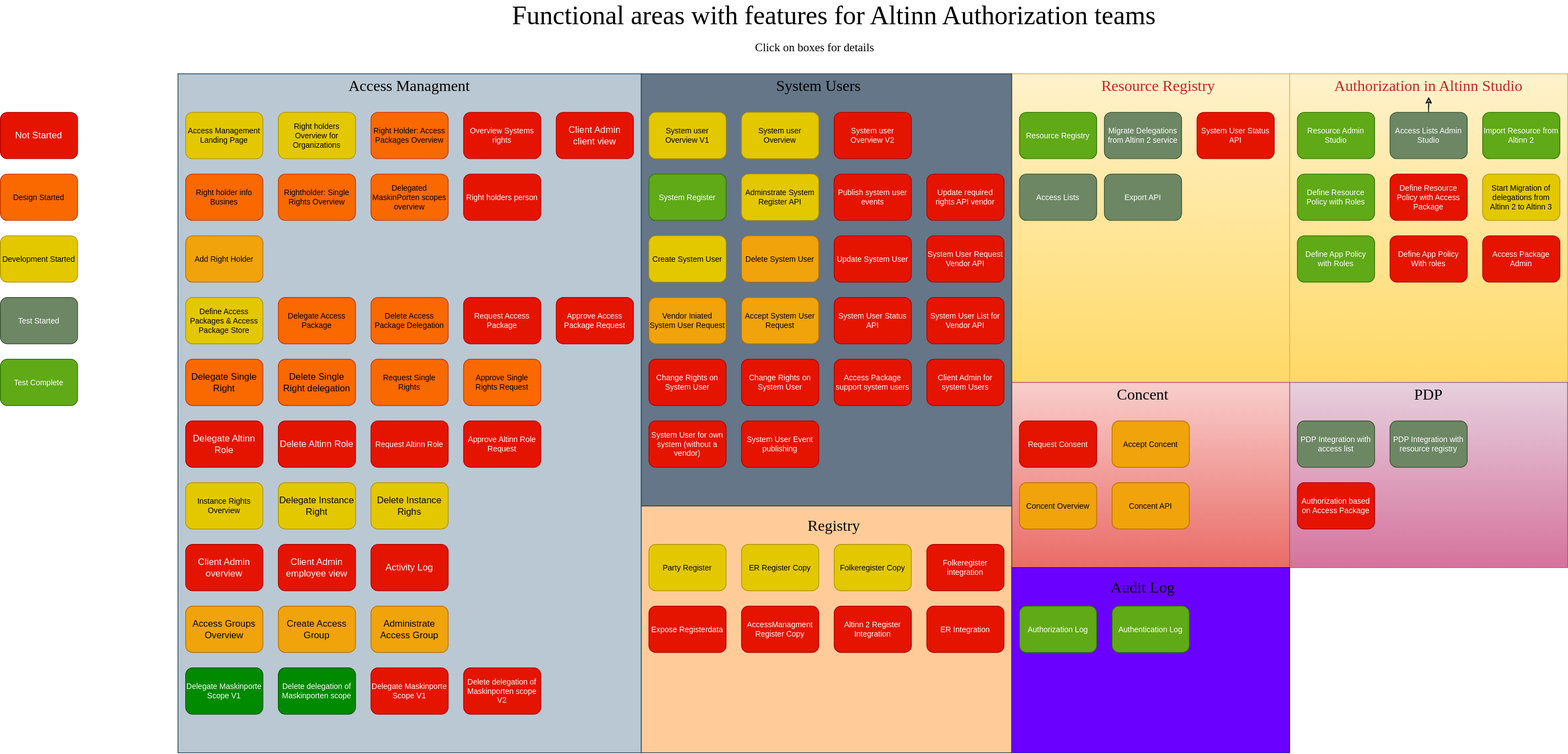
The draw.io diagram content/authorization/what-do-you-get/functionalareas.drawio.svg in Altinn/altinn-studio-docs, before a commit. Source tidied: cells renumbered, new cells last; positions are measured from the earlier drawing's top-left corner, leaving out a move shared by most shapes.
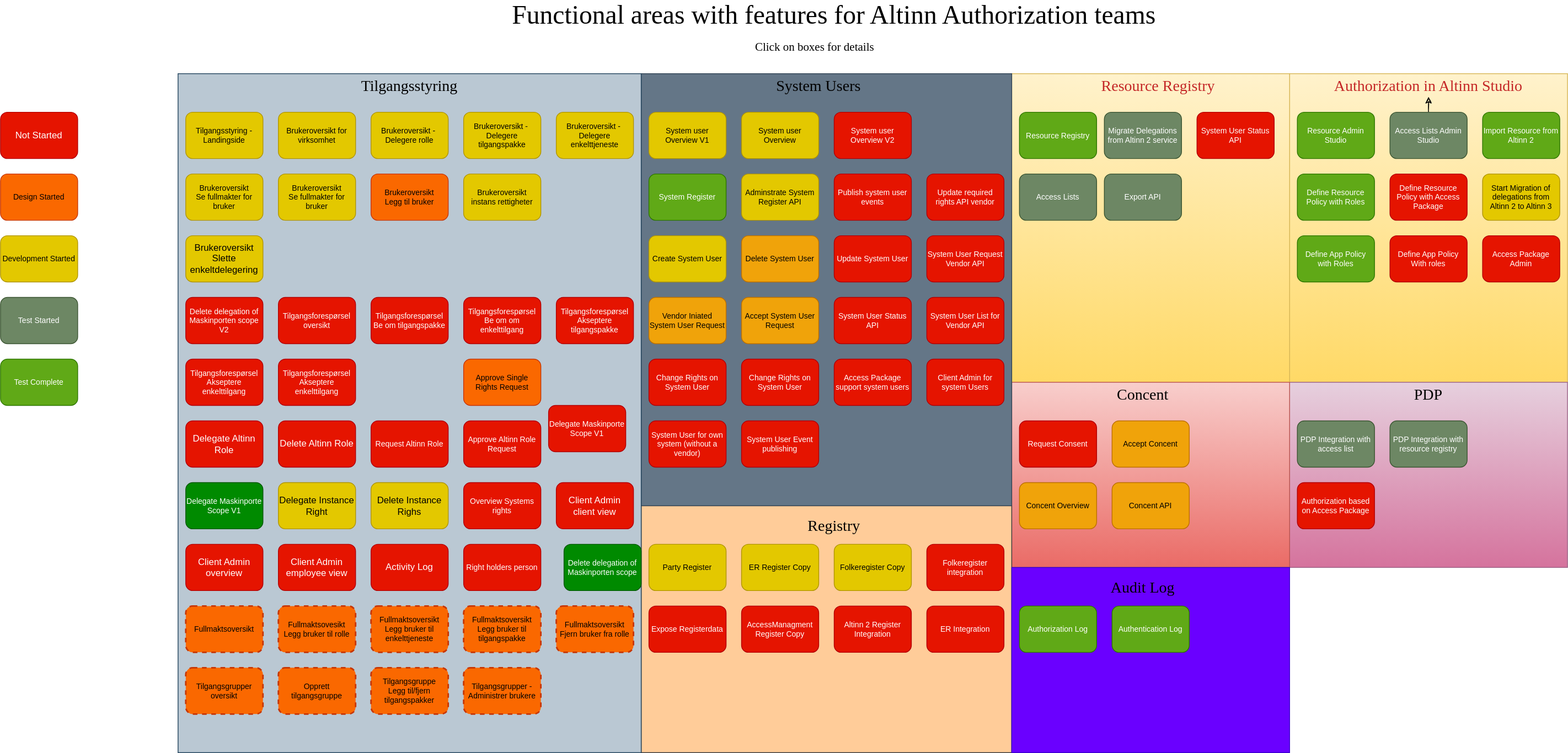
After the change.

Diff of the diagram source:
```diff
@@ -23,48 +23,36 @@
     <mxCell id="8" style="rounded=0;whiteSpace=wrap;html=1;fontSize=10;fillColor=#bac8d3;strokeColor=#23445d;" parent="1" vertex="1">
       <mxGeometry x="230" y="90" width="600" height="880" as="geometry" />
     </mxCell>
-    <mxCell id="9" value="Right holders Overview for Organizations" style="rounded=1;whiteSpace=wrap;html=1;fontSize=10;fillColor=#e3c800;fontColor=#000000;strokeColor=#B09500;" parent="1" vertex="1">
+    <mxCell id="9" value="Brukeroversikt for virksomhet" style="rounded=1;whiteSpace=wrap;html=1;fontSize=10;fillColor=#e3c800;fontColor=#000000;strokeColor=#B09500;" parent="1" vertex="1">
       <mxGeometry x="360" y="140" width="100" height="60" as="geometry" />
     </mxCell>
-    <mxCell id="10" value="Right holder info Busines" style="rounded=1;whiteSpace=wrap;html=1;fontSize=10;fillColor=#fa6800;fontColor=#000000;strokeColor=#C73500;" parent="1" vertex="1">
-      <mxGeometry x="240" y="220" width="100" height="60" as="geometry" />
+    <mxCell id="10" value="Fullmaktsoversikt&lt;br&gt;Legg bruker til tilgangspakke" style="rounded=1;whiteSpace=wrap;html=1;fontSize=10;fillColor=#fa6800;fontColor=#000000;strokeColor=#C73500;dashed=1;strokeWidth=2;" parent="1" vertex="1">
+      <mxGeometry x="600" y="780" width="100" height="60" as="geometry" />
     </mxCell>
-    <mxCell id="11" value="Add Right Holder" style="rounded=1;whiteSpace=wrap;html=1;fontSize=10;fillColor=#f0a30a;fontColor=#000000;strokeColor=#BD7000;" parent="1" vertex="1">
-      <mxGeometry x="240" y="300" width="100" height="60" as="geometry" />
+    <mxCell id="11" value="Brukeroversikt&lt;br&gt;Legg til bruker" style="rounded=1;whiteSpace=wrap;html=1;fontSize=10;fillColor=#fa6800;fontColor=#000000;strokeColor=#C73500;" parent="1" vertex="1">
+      <mxGeometry x="480" y="220" width="100" height="60" as="geometry" />
     </mxCell>
-    <mxCell id="12" value="Delegate Access Package" style="rounded=1;whiteSpace=wrap;html=1;fontSize=10;fillColor=#fa6800;fontColor=#000000;strokeColor=#C73500;" parent="1" vertex="1">
-      <mxGeometry x="360" y="380" width="100" height="60" as="geometry" />
-    </mxCell>
-    <mxCell id="13" value="Delegate Single Right" style="rounded=1;whiteSpace=wrap;html=1;fillColor=#fa6800;fontColor=#000000;strokeColor=#C73500;" parent="1" vertex="1">
-      <mxGeometry x="240" y="460" width="100" height="60" as="geometry" />
-    </mxCell>
-    <mxCell id="14" value="Right Holder: Access Packages Overview" style="rounded=1;whiteSpace=wrap;html=1;fontSize=10;fillColor=#fa6800;fontColor=#000000;strokeColor=#C73500;" parent="1" vertex="1">
-      <mxGeometry x="480" y="140" width="100" height="60" as="geometry" />
+    <mxCell id="14" value="Fullmaktsovesikt&amp;nbsp;&lt;br&gt;Legg bruker til rolle" style="rounded=1;whiteSpace=wrap;html=1;fontSize=10;fillColor=#fa6800;fontColor=#000000;strokeColor=#C73500;strokeWidth=2;dashed=1;" parent="1" vertex="1">
+      <mxGeometry x="360" y="780" width="100" height="60" as="geometry" />
     </mxCell>
-    <mxCell id="15" value="Delete Single Right delegation" style="rounded=1;whiteSpace=wrap;html=1;fillColor=#fa6800;fontColor=#000000;strokeColor=#C73500;" parent="1" vertex="1">
-      <mxGeometry x="360" y="460" width="100" height="60" as="geometry" />
+    <mxCell id="15" value="Brukeroversikt&lt;br&gt;Slette enkeltdelegering" style="rounded=1;whiteSpace=wrap;html=1;fillColor=#e3c800;fontColor=#000000;strokeColor=#B09500;" parent="1" vertex="1">
+      <mxGeometry x="240" y="300" width="100" height="60" as="geometry" />
     </mxCell>
-    <mxCell id="16" value="Delete Access Package Delegation" style="rounded=1;whiteSpace=wrap;html=1;fontSize=10;fillColor=#fa6800;fontColor=#000000;strokeColor=#C73500;" parent="1" vertex="1">
-      <mxGeometry x="480" y="380" width="100" height="60" as="geometry" />
-    </mxCell>
     <mxCell id="17" value="Delegate Altinn Role" style="rounded=1;whiteSpace=wrap;html=1;fillColor=#e51400;fontColor=#ffffff;strokeColor=#B20000;" parent="1" vertex="1">
       <mxGeometry x="240" y="540" width="100" height="60" as="geometry" />
     </mxCell>
     <mxCell id="18" value="Delete Altinn Role&amp;nbsp;" style="rounded=1;whiteSpace=wrap;html=1;fillColor=#e51400;fontColor=#ffffff;strokeColor=#B20000;" parent="1" vertex="1">
       <mxGeometry x="360" y="540" width="100" height="60" as="geometry" />
     </mxCell>
-    <mxCell id="19" value="Rightholder: Single Rights Overview" style="rounded=1;whiteSpace=wrap;html=1;fontSize=10;fillColor=#fa6800;fontColor=#000000;strokeColor=#C73500;" parent="1" vertex="1">
-      <mxGeometry x="360" y="220" width="100" height="60" as="geometry" />
+    <mxCell id="19" value="Fullmaktsoversikt&lt;br&gt;Fjern bruker fra rolle" style="rounded=1;whiteSpace=wrap;html=1;fontSize=10;fillColor=#fa6800;fontColor=#000000;strokeColor=#C73500;dashed=1;strokeWidth=2;" parent="1" vertex="1">
+      <mxGeometry x="720" y="780" width="100" height="60" as="geometry" />
     </mxCell>
-    <mxCell id="20" value="Request Access Package" style="rounded=1;whiteSpace=wrap;html=1;fontSize=10;fillColor=#e51400;fontColor=#ffffff;strokeColor=#B20000;" parent="1" vertex="1">
-      <mxGeometry x="600" y="380" width="100" height="60" as="geometry" />
+    <mxCell id="20" value="Tilgangsforespørsel&lt;br&gt;Be om tilgangspakke" style="rounded=1;whiteSpace=wrap;html=1;fontSize=10;fillColor=#e51400;fontColor=#ffffff;strokeColor=#B20000;" parent="1" vertex="1">
+      <mxGeometry x="480" y="380" width="100" height="60" as="geometry" />
     </mxCell>
-    <mxCell id="21" value="Approve Access Package Request" style="rounded=1;whiteSpace=wrap;html=1;fontSize=10;fillColor=#e51400;fontColor=#ffffff;strokeColor=#B20000;" parent="1" vertex="1">
+    <mxCell id="21" value="Tilgangsforespørsel&lt;br&gt;Akseptere tilgangspakke" style="rounded=1;whiteSpace=wrap;html=1;fontSize=10;fillColor=#e51400;fontColor=#ffffff;strokeColor=#B20000;" parent="1" vertex="1">
       <mxGeometry x="720" y="380" width="100" height="60" as="geometry" />
     </mxCell>
-    <mxCell id="22" value="Request Single Rights" style="rounded=1;whiteSpace=wrap;html=1;fontSize=10;fillColor=#fa6800;fontColor=#000000;strokeColor=#C73500;" parent="1" vertex="1">
-      <mxGeometry x="480" y="460" width="100" height="60" as="geometry" />
-    </mxCell>
     <mxCell id="23" value="Approve Single Rights Request" style="rounded=1;whiteSpace=wrap;html=1;fontSize=10;fillColor=#fa6800;fontColor=#000000;strokeColor=#C73500;" parent="1" vertex="1">
       <mxGeometry x="600" y="460" width="100" height="60" as="geometry" />
     </mxCell>
@@ -80,8 +68,8 @@
     <mxCell id="27" value="Delete Instance Righs" style="rounded=1;whiteSpace=wrap;html=1;fillColor=#e3c800;fontColor=#000000;strokeColor=#B09500;" parent="1" vertex="1">
       <mxGeometry x="480" y="620" width="100" height="60" as="geometry" />
     </mxCell>
-    <mxCell id="28" value="Instance Rights Overview" style="rounded=1;whiteSpace=wrap;html=1;fontSize=10;fillColor=#e3c800;fontColor=#000000;strokeColor=#B09500;" parent="1" vertex="1">
-      <mxGeometry x="240" y="620" width="100" height="60" as="geometry" />
+    <mxCell id="28" value="Brukeroversikt instans rettigheter" style="rounded=1;whiteSpace=wrap;html=1;fontSize=10;fillColor=#e3c800;fontColor=#000000;strokeColor=#B09500;" parent="1" vertex="1">
+      <mxGeometry x="600" y="220" width="100" height="60" as="geometry" />
     </mxCell>
     <mxCell id="29" value="System user Overview V1" style="rounded=1;whiteSpace=wrap;html=1;fontSize=10;fillColor=#e3c800;fontColor=#000000;strokeColor=#B09500;" parent="1" vertex="1">
       <mxGeometry x="840" y="140" width="100" height="60" as="geometry" />
@@ -182,7 +170,7 @@
     <mxCell id="61" value="Test Complete" style="rounded=1;whiteSpace=wrap;html=1;fontSize=10;fillColor=#60a917;fontColor=#ffffff;strokeColor=#2D7600;" parent="1" vertex="1">
       <mxGeometry y="460" width="100" height="60" as="geometry" />
     </mxCell>
-    <mxCell id="62" value="Access Managment" style="text;html=1;strokeColor=none;fillColor=none;align=center;verticalAlign=middle;whiteSpace=wrap;rounded=0;sketch=1;hachureGap=4;jiggle=2;curveFitting=1;fontFamily=Verdana;fontSize=20;" parent="1" vertex="1">
+    <mxCell id="62" value="Tilgangsstyring" style="text;html=1;strokeColor=none;fillColor=none;align=center;verticalAlign=middle;whiteSpace=wrap;rounded=0;sketch=1;hachureGap=4;jiggle=2;curveFitting=1;fontFamily=Verdana;fontSize=20;" parent="1" vertex="1">
       <mxGeometry x="360" y="90" width="340" height="30" as="geometry" />
     </mxCell>
     <mxCell id="63" value="System Users" style="text;html=1;strokeColor=none;fillColor=none;align=center;verticalAlign=middle;whiteSpace=wrap;rounded=0;sketch=1;hachureGap=4;jiggle=2;curveFitting=1;fontFamily=Verdana;fontSize=20;" parent="1" vertex="1">
@@ -198,28 +186,28 @@
       <mxGeometry x="1330" y="90" width="340" height="30" as="geometry" />
     </mxCell>
     <mxCell id="67" value="Delegate Maskinporte Scope V1" style="rounded=1;whiteSpace=wrap;html=1;fontSize=10;fillColor=#008a00;fontColor=#ffffff;strokeColor=#005700;" parent="1" vertex="1">
-      <mxGeometry x="240" y="860" width="100" height="60" as="geometry" />
+      <mxGeometry x="240" y="620" width="100" height="60" as="geometry" />
     </mxCell>
-    <mxCell id="68" value="Delegated MaskinPorten scopes overview" style="rounded=1;whiteSpace=wrap;html=1;fontSize=10;fillColor=#fa6800;fontColor=#000000;strokeColor=#C73500;" parent="1" vertex="1">
-      <mxGeometry x="480" y="220" width="100" height="60" as="geometry" />
+    <mxCell id="68" value="Fullmaktsoversikt&lt;br&gt;Legg bruker til enkelttjeneste" style="rounded=1;whiteSpace=wrap;html=1;fontSize=10;fillColor=#fa6800;fontColor=#000000;strokeColor=#C73500;dashed=1;strokeWidth=2;" parent="1" vertex="1">
+      <mxGeometry x="480" y="780" width="100" height="60" as="geometry" />
     </mxCell>
     <mxCell id="69" value="Delete delegation of Maskinporten scope" style="rounded=1;whiteSpace=wrap;html=1;fontSize=10;fillColor=#008a00;fontColor=#ffffff;strokeColor=#005700;" parent="1" vertex="1">
-      <mxGeometry x="360" y="860" width="100" height="60" as="geometry" />
+      <mxGeometry x="730" y="700" width="100" height="60" as="geometry" />
     </mxCell>
     <mxCell id="70" value="Overview Systems rights" style="rounded=1;whiteSpace=wrap;html=1;fontSize=10;fillColor=#e51400;fontColor=#ffffff;strokeColor=#B20000;" parent="1" vertex="1">
-      <mxGeometry x="600" y="140" width="100" height="60" as="geometry" />
+      <mxGeometry x="600" y="620" width="100" height="60" as="geometry" />
     </mxCell>
     <mxCell id="71" value="Right holders person" style="rounded=1;whiteSpace=wrap;html=1;fontSize=10;fillColor=#e51400;fontColor=#ffffff;strokeColor=#B20000;" parent="1" vertex="1">
-      <mxGeometry x="600" y="220" width="100" height="60" as="geometry" />
+      <mxGeometry x="600" y="700" width="100" height="60" as="geometry" />
     </mxCell>
-    <mxCell id="72" value="Access Groups Overview" style="rounded=1;whiteSpace=wrap;html=1;fillColor=#f0a30a;fontColor=#000000;strokeColor=#BD7000;" parent="1" vertex="1">
-      <mxGeometry x="240" y="780" width="100" height="60" as="geometry" />
+    <mxCell id="72" value="Tilgangsgrupper oversikt" style="rounded=1;whiteSpace=wrap;html=1;fillColor=#fa6800;fontColor=#000000;strokeColor=#C73500;dashed=1;strokeWidth=2;fontSize=10;" parent="1" vertex="1">
+      <mxGeometry x="240" y="860" width="100" height="60" as="geometry" />
     </mxCell>
-    <mxCell id="73" value="Create Access Group" style="rounded=1;whiteSpace=wrap;html=1;fillColor=#f0a30a;fontColor=#000000;strokeColor=#BD7000;" parent="1" vertex="1">
-      <mxGeometry x="360" y="780" width="100" height="60" as="geometry" />
+    <mxCell id="73" value="Opprett tilgangsgruppe" style="rounded=1;whiteSpace=wrap;html=1;fillColor=#fa6800;fontColor=#000000;strokeColor=#C73500;dashed=1;strokeWidth=2;fontSize=10;" parent="1" vertex="1">
+      <mxGeometry x="360" y="860" width="100" height="60" as="geometry" />
     </mxCell>
-    <mxCell id="74" value="Administrate Access Group" style="rounded=1;whiteSpace=wrap;html=1;fillColor=#f0a30a;fontColor=#000000;strokeColor=#BD7000;" parent="1" vertex="1">
-      <mxGeometry x="480" y="780" width="100" height="60" as="geometry" />
+    <mxCell id="74" value="Tilgangsgruppe&lt;br style=&quot;font-size: 10px;&quot;&gt;Legg til/fjern tilgangspakker" style="rounded=1;whiteSpace=wrap;html=1;fillColor=#fa6800;fontColor=#000000;strokeColor=#C73500;dashed=1;strokeWidth=2;fontSize=10;" parent="1" vertex="1">
+      <mxGeometry x="480" y="860" width="100" height="60" as="geometry" />
     </mxCell>
     <mxCell id="75" value="Client Admin overview" style="rounded=1;whiteSpace=wrap;html=1;fillColor=#e51400;fontColor=#ffffff;strokeColor=#B20000;" parent="1" vertex="1">
       <mxGeometry x="240" y="700" width="100" height="60" as="geometry" />
@@ -228,7 +216,7 @@
       <mxGeometry x="360" y="700" width="100" height="60" as="geometry" />
     </mxCell>
     <mxCell id="77" value="Client Admin client view" style="rounded=1;whiteSpace=wrap;html=1;fillColor=#e51400;fontColor=#ffffff;strokeColor=#B20000;" parent="1" vertex="1">
-      <mxGeometry x="720" y="140" width="100" height="60" as="geometry" />
+      <mxGeometry x="720" y="620" width="100" height="60" as="geometry" />
     </mxCell>
     <mxCell id="78" value="Activity Log" style="rounded=1;whiteSpace=wrap;html=1;fillColor=#e51400;fontColor=#ffffff;strokeColor=#B20000;" parent="1" vertex="1">
       <mxGeometry x="480" y="700" width="100" height="60" as="geometry" />
@@ -269,7 +257,7 @@
     <mxCell id="90" value="Functional areas with features for Altinn Authorization teams" style="text;html=1;strokeColor=none;fillColor=none;align=center;verticalAlign=middle;whiteSpace=wrap;rounded=0;sketch=1;hachureGap=4;jiggle=2;curveFitting=1;fontFamily=Verdana;fontSize=34;" parent="1" vertex="1">
       <mxGeometry x="520" width="1120" height="30" as="geometry" />
     </mxCell>
-    <mxCell id="91" value="Access Management Landing Page" style="rounded=1;whiteSpace=wrap;html=1;fontSize=10;fillColor=#e3c800;fontColor=#000000;strokeColor=#B09500;" parent="1" vertex="1">
+    <mxCell id="91" value="Tilgangsstyring - Landingside" style="rounded=1;whiteSpace=wrap;html=1;fontSize=10;fillColor=#e3c800;fontColor=#000000;strokeColor=#B09500;" parent="1" vertex="1">
       <mxGeometry x="240" y="140" width="100" height="60" as="geometry" />
     </mxCell>
     <mxCell id="92" value="Click on boxes for details" style="text;html=1;strokeColor=none;fillColor=none;align=center;verticalAlign=middle;whiteSpace=wrap;rounded=0;sketch=1;hachureGap=4;jiggle=2;curveFitting=1;fontFamily=Verdana;fontSize=15;" parent="1" vertex="1">
@@ -290,8 +278,8 @@
     <mxCell id="97" value="Start Migration of delegations from Altinn 2 to Altinn 3" style="rounded=1;whiteSpace=wrap;html=1;fontSize=10;fillColor=#e3c800;fontColor=#000000;strokeColor=#B09500;" parent="1" vertex="1">
       <mxGeometry x="1920" y="220" width="100" height="60" as="geometry" />
     </mxCell>
-    <mxCell id="98" value="Define Access Packages &amp;amp; Access Package Store" style="rounded=1;whiteSpace=wrap;html=1;fontSize=10;fillColor=#e3c800;fontColor=#000000;strokeColor=#B09500;" parent="1" vertex="1">
-      <mxGeometry x="240" y="380" width="100" height="60" as="geometry" />
+    <mxCell id="98" value="Tilgangsgrupper - Administrer brukere" style="rounded=1;whiteSpace=wrap;html=1;fontSize=10;fillColor=#fa6800;fontColor=#000000;strokeColor=#C73500;strokeWidth=2;dashed=1;" parent="1" vertex="1">
+      <mxGeometry x="600" y="860" width="100" height="60" as="geometry" />
     </mxCell>
     <mxCell id="99" value="Define App Policy With roles" style="rounded=1;whiteSpace=wrap;html=1;fontSize=10;fillColor=#e51400;fontColor=#ffffff;strokeColor=#B20000;" parent="1" vertex="1">
       <mxGeometry x="1800" y="300" width="100" height="60" as="geometry" />
@@ -303,10 +291,10 @@
       <mxGeometry x="1920" y="300" width="100" height="60" as="geometry" />
     </mxCell>
     <mxCell id="102" value="Delegate Maskinporte Scope V1" style="rounded=1;whiteSpace=wrap;html=1;fontSize=10;fillColor=#e51400;fontColor=#ffffff;strokeColor=#B20000;" parent="1" vertex="1">
-      <mxGeometry x="480" y="860" width="100" height="60" as="geometry" />
+      <mxGeometry x="710" y="520" width="100" height="60" as="geometry" />
     </mxCell>
     <mxCell id="103" value="Delete delegation of Maskinporten scope V2" style="rounded=1;whiteSpace=wrap;html=1;fontSize=10;fillColor=#e51400;fontColor=#ffffff;strokeColor=#B20000;" parent="1" vertex="1">
-      <mxGeometry x="600" y="860" width="100" height="60" as="geometry" />
+      <mxGeometry x="240" y="380" width="100" height="60" as="geometry" />
     </mxCell>
     <mxCell id="104" value="System User List for Vendor API" style="rounded=1;whiteSpace=wrap;html=1;fontSize=10;fillColor=#e51400;fontColor=#ffffff;strokeColor=#B20000;" parent="1" vertex="1">
       <mxGeometry x="1200" y="380" width="100" height="60" as="geometry" />
@@ -338,5 +326,35 @@
     <mxCell id="113" value="Export API" style="rounded=1;whiteSpace=wrap;html=1;fontSize=10;fillColor=#6d8764;fontColor=#ffffff;strokeColor=#3A5431;" parent="1" vertex="1">
       <mxGeometry x="1430" y="220" width="100" height="60" as="geometry" />
     </mxCell>
+    <mxCell id="114" value="Brukeroversikt -&amp;nbsp; Delegere rolle" style="rounded=1;whiteSpace=wrap;html=1;fontSize=10;fillColor=#e3c800;fontColor=#000000;strokeColor=#B09500;" parent="1" vertex="1">
+      <mxGeometry x="480" y="140" width="100" height="60" as="geometry" />
+    </mxCell>
+    <mxCell id="115" value="Brukeroversikt -&amp;nbsp; Delegere tilgangspakke" style="rounded=1;whiteSpace=wrap;html=1;fontSize=10;fillColor=#e3c800;fontColor=#000000;strokeColor=#B09500;" parent="1" vertex="1">
+      <mxGeometry x="600" y="140" width="100" height="60" as="geometry" />
+    </mxCell>
+    <mxCell id="116" value="Brukeroversikt -&amp;nbsp; Delegere enkelttjeneste" style="rounded=1;whiteSpace=wrap;html=1;fontSize=10;fillColor=#e3c800;fontColor=#000000;strokeColor=#B09500;" parent="1" vertex="1">
+      <mxGeometry x="720" y="140" width="100" height="60" as="geometry" />
+    </mxCell>
+    <mxCell id="117" value="Brukeroversikt&amp;nbsp;&lt;br&gt;Se fullmakter for bruker" style="rounded=1;whiteSpace=wrap;html=1;fontSize=10;fillColor=#e3c800;fontColor=#000000;strokeColor=#B09500;" parent="1" vertex="1">
+      <mxGeometry x="240" y="220" width="100" height="60" as="geometry" />
+    </mxCell>
+    <mxCell id="118" value="Brukeroversikt&amp;nbsp;&lt;br&gt;Se fullmakter for bruker" style="rounded=1;whiteSpace=wrap;html=1;fontSize=10;fillColor=#e3c800;fontColor=#000000;strokeColor=#B09500;" parent="1" vertex="1">
+      <mxGeometry x="360" y="220" width="100" height="60" as="geometry" />
+    </mxCell>
+    <mxCell id="119" value="Fullmaktsoversikt" style="rounded=1;whiteSpace=wrap;html=1;fontSize=10;fillColor=#fa6800;fontColor=#000000;strokeColor=#C73500;dashed=1;strokeWidth=2;" parent="1" vertex="1">
+      <mxGeometry x="240" y="780" width="100" height="60" as="geometry" />
+    </mxCell>
+    <mxCell id="120" value="Tilgangsforespørsel&lt;br&gt;oversikt" style="rounded=1;whiteSpace=wrap;html=1;fontSize=10;fillColor=#e51400;fontColor=#ffffff;strokeColor=#B20000;" parent="1" vertex="1">
+      <mxGeometry x="360" y="380" width="100" height="60" as="geometry" />
+    </mxCell>
+    <mxCell id="121" value="Tilgangsforespørsel&lt;br&gt;Be om om enkelttilgang" style="rounded=1;whiteSpace=wrap;html=1;fontSize=10;fillColor=#e51400;fontColor=#ffffff;strokeColor=#B20000;" parent="1" vertex="1">
+      <mxGeometry x="600" y="380" width="100" height="60" as="geometry" />
+    </mxCell>
+    <mxCell id="122" value="Tilgangsforespørsel&lt;br&gt;Akseptere enkelttilgang" style="rounded=1;whiteSpace=wrap;html=1;fontSize=10;fillColor=#e51400;fontColor=#ffffff;strokeColor=#B20000;" parent="1" vertex="1">
+      <mxGeometry x="240" y="460" width="100" height="60" as="geometry" />
+    </mxCell>
+    <mxCell id="123" value="Tilgangsforespørsel&lt;br&gt;Akseptere enkelttilgang" style="rounded=1;whiteSpace=wrap;html=1;fontSize=10;fillColor=#e51400;fontColor=#ffffff;strokeColor=#B20000;" parent="1" vertex="1">
+      <mxGeometry x="360" y="460" width="100" height="60" as="geometry" />
+    </mxCell>
   </root>
 </mxGraphModel>
```
